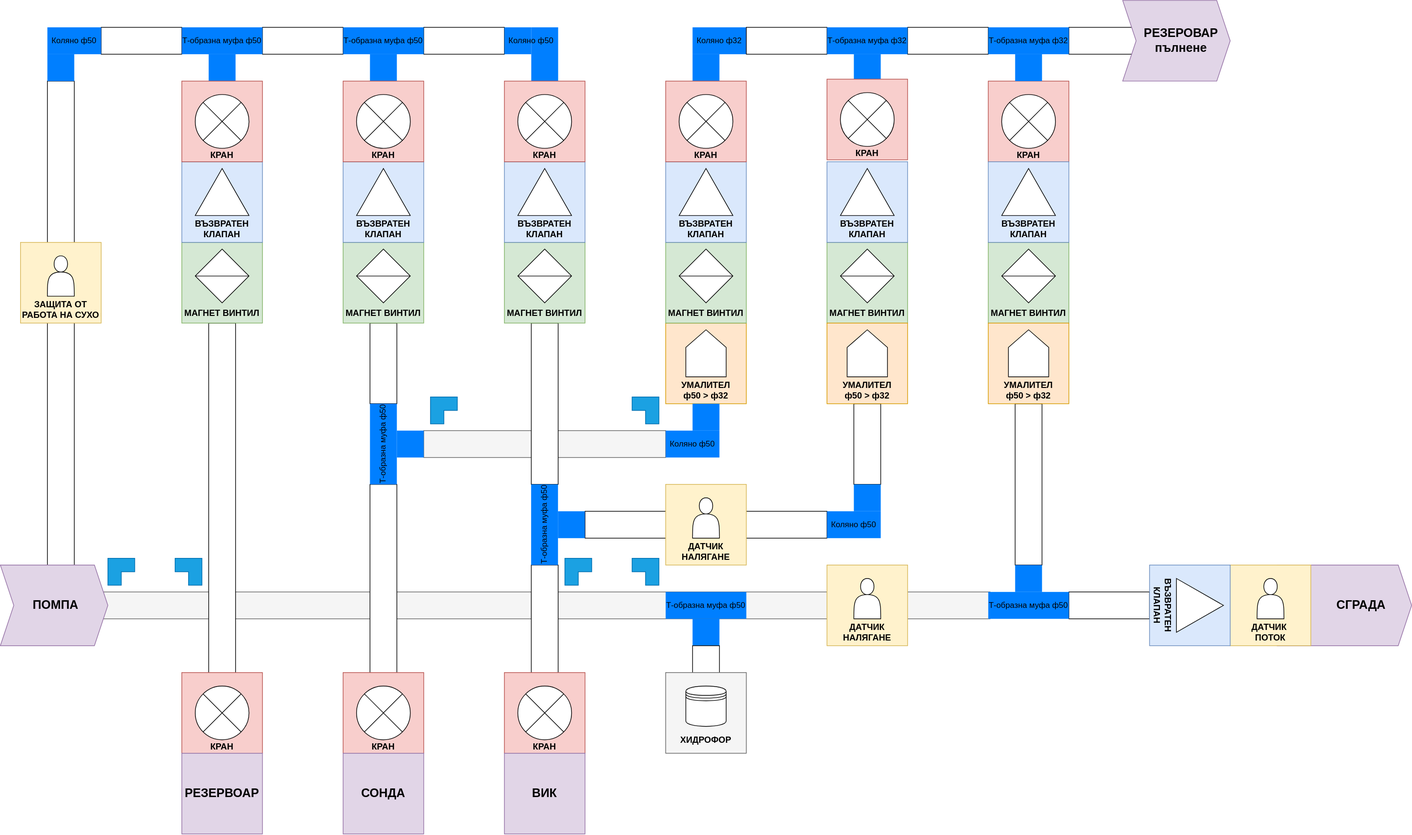
The draw.io diagram docs/all-projects/smart-water-supply/img/pipe_connections.svg in iezhkv/clever-volt, before a commit. Source tidied: cells renumbered, new cells last; positions are measured from the earlier drawing's top-left corner, leaving out a move shared by most shapes.
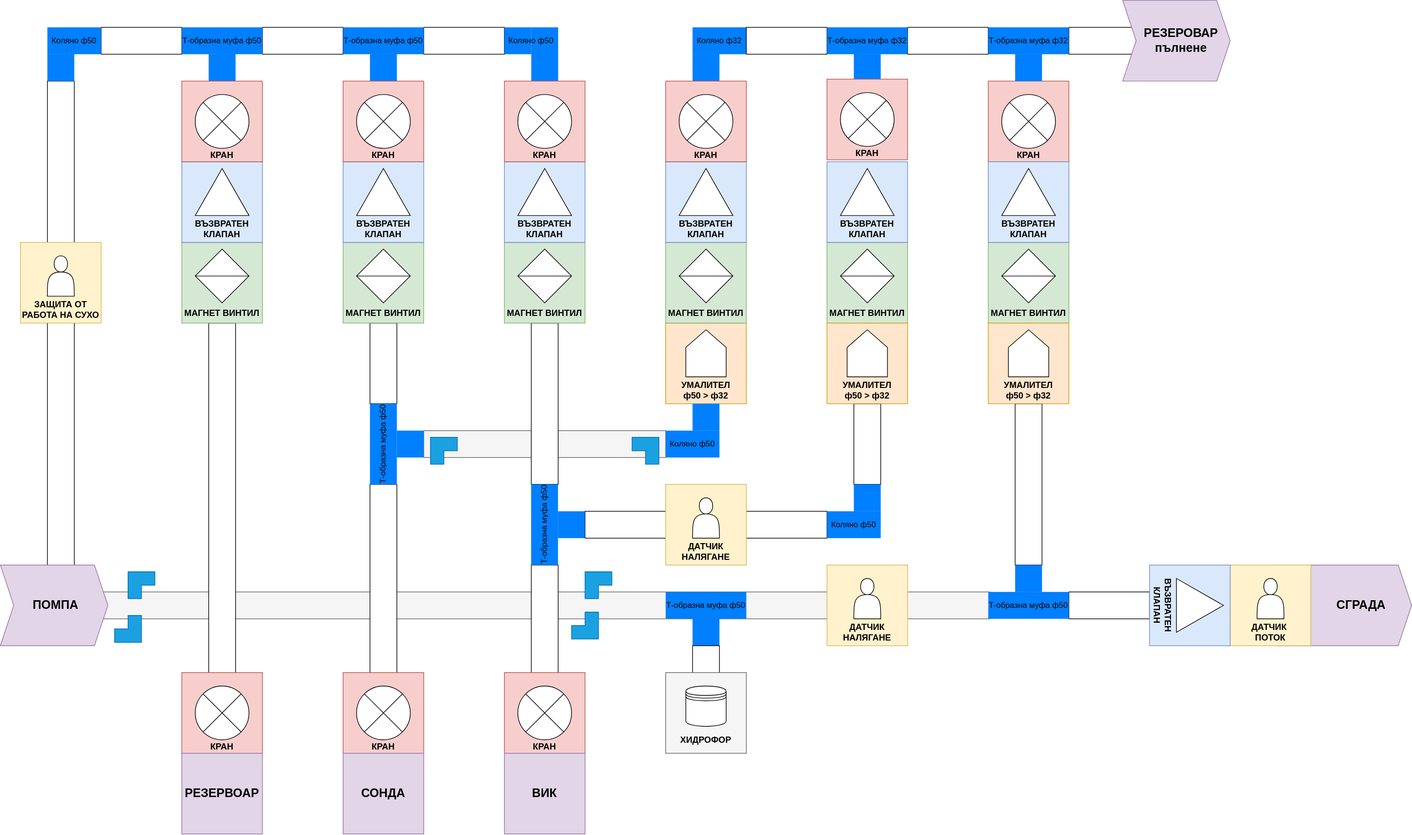
After the commit.

Change to the diagram source:
```diff
@@ -657,34 +657,28 @@
       <mxGeometry x="30" y="16.7" width="60" height="6.7" as="geometry" />
     </mxCell>
     <mxCell id="220" style="shape=corner;whiteSpace=wrap;html=1;fillColor=#1ba1e2;fontColor=#ffffff;strokeColor=#006EAF;" parent="1" vertex="1">
-      <mxGeometry x="640" y="590" width="40" height="40" as="geometry" />
+      <mxGeometry x="640" y="650" width="40" height="40" as="geometry" />
     </mxCell>
     <mxCell id="221" style="shape=corner;whiteSpace=wrap;html=1;fillColor=#1ba1e2;fontColor=#ffffff;strokeColor=#006EAF;rotation=90;" parent="1" vertex="1">
-      <mxGeometry x="940" y="590" width="40" height="40" as="geometry" />
+      <mxGeometry x="940" y="650" width="40" height="40" as="geometry" />
     </mxCell>
-    <mxCell id="222" style="group;" parent="1" vertex="1">
-      <mxGeometry x="830" y="800" width="150" height="80" as="geometry" />
-    </mxCell>
-    <mxCell id="223" style="group;" parent="222" vertex="1">
-      <mxGeometry width="130" height="80" as="geometry" />
-    </mxCell>
-    <mxCell id="224" style="shape=corner;whiteSpace=wrap;html=1;fillColor=#1ba1e2;fontColor=#ffffff;strokeColor=#006EAF;" parent="223" vertex="1">
-      <mxGeometry x="10" y="30" width="40" height="40" as="geometry" />
-    </mxCell>
-    <mxCell id="225" style="shape=corner;whiteSpace=wrap;html=1;fillColor=#1ba1e2;fontColor=#ffffff;strokeColor=#006EAF;rotation=90;" parent="222" vertex="1">
-      <mxGeometry x="110" y="30" width="40" height="40" as="geometry" />
-    </mxCell>
-    <mxCell id="226" style="group;" parent="1" vertex="1">
-      <mxGeometry x="150" y="800" width="150" height="80" as="geometry" />
-    </mxCell>
-    <mxCell id="227" style="group;" parent="226" vertex="1">
-      <mxGeometry width="130" height="80" as="geometry" />
-    </mxCell>
+    <mxCell id="230" style="group;" parent="1" vertex="1">
+      <mxGeometry x="170" y="850" width="60" height="90" as="geometry" />
+    </mxCell>
+    <mxCell id="229" style="shape=corner;whiteSpace=wrap;html=1;fillColor=#1ba1e2;fontColor=#ffffff;strokeColor=#006EAF;rotation=0;" parent="230" vertex="1">
+      <mxGeometry x="20" width="40" height="40" as="geometry" />
+    </mxCell>
-    <mxCell id="228" style="shape=corner;whiteSpace=wrap;html=1;fillColor=#1ba1e2;fontColor=#ffffff;strokeColor=#006EAF;" parent="227" vertex="1">
-      <mxGeometry x="10" y="30" width="40" height="40" as="geometry" />
+    <mxCell id="228" style="shape=corner;whiteSpace=wrap;html=1;fillColor=#1ba1e2;fontColor=#ffffff;strokeColor=#006EAF;rotation=-180;" parent="230" vertex="1">
+      <mxGeometry y="65" width="40" height="40" as="geometry" />
     </mxCell>
-    <mxCell id="229" style="shape=corner;whiteSpace=wrap;html=1;fillColor=#1ba1e2;fontColor=#ffffff;strokeColor=#006EAF;rotation=90;" parent="226" vertex="1">
-      <mxGeometry x="110" y="30" width="40" height="40" as="geometry" />
-    </mxCell>
+    <mxCell id="231" style="group;" parent="1" vertex="1">
+      <mxGeometry x="850" y="850" width="60" height="90" as="geometry" />
+    </mxCell>
+    <mxCell id="232" style="shape=corner;whiteSpace=wrap;html=1;fillColor=#1ba1e2;fontColor=#ffffff;strokeColor=#006EAF;rotation=0;" parent="231" vertex="1">
+      <mxGeometry x="20" width="40" height="40" as="geometry" />
+    </mxCell>
+    <mxCell id="233" style="shape=corner;whiteSpace=wrap;html=1;fillColor=#1ba1e2;fontColor=#ffffff;strokeColor=#006EAF;rotation=-180;" parent="231" vertex="1">
+      <mxGeometry y="60" width="40" height="40" as="geometry" />
+    </mxCell>
   </root>
 </mxGraphModel>
```
